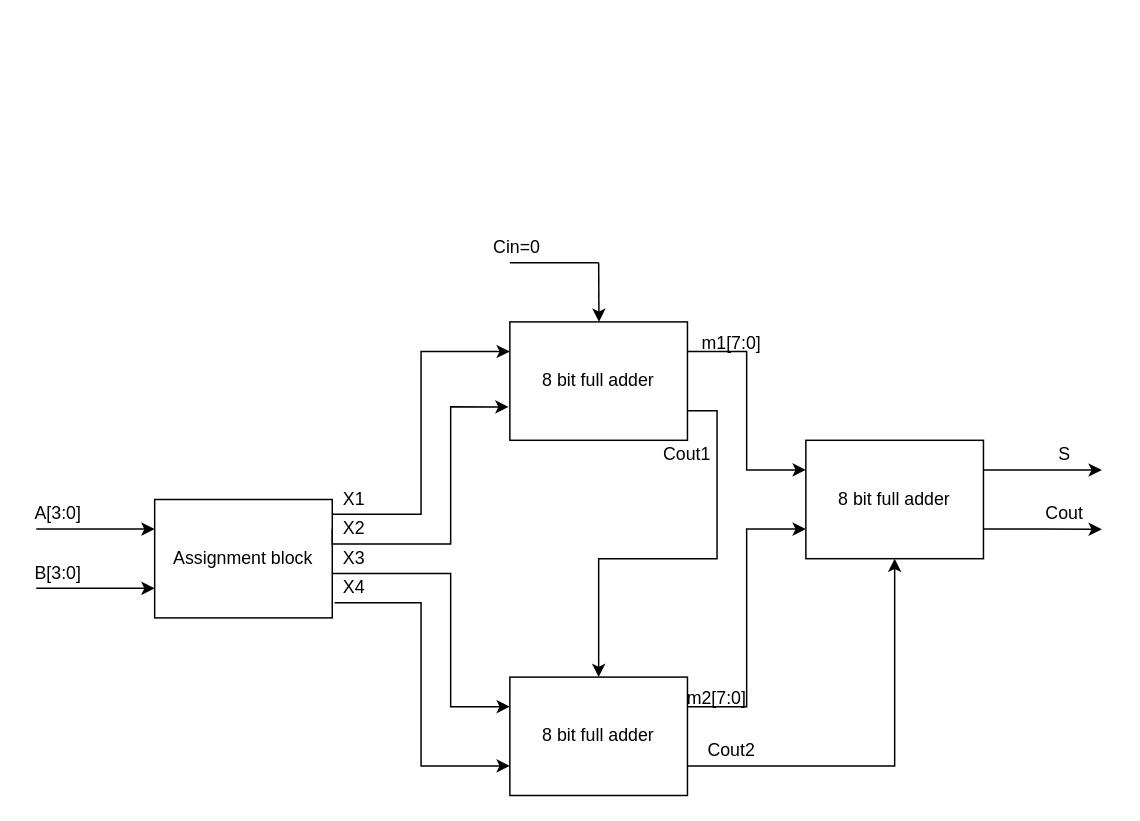
Above: page "4 bit Multipler" (6 of 8) of ALU block.drawio in 106210049/8-bit-ALU-SystemVerilog (draw.io), before the change. Source tidied: cells renumbered, new cells numbered last; positions are measured from the earlier drawing's top-left corner, leaving out a move shared by most shapes. Both pictures are drawn from the tidied source at 148%, with x=0, y=0 at pixel (36, 232).
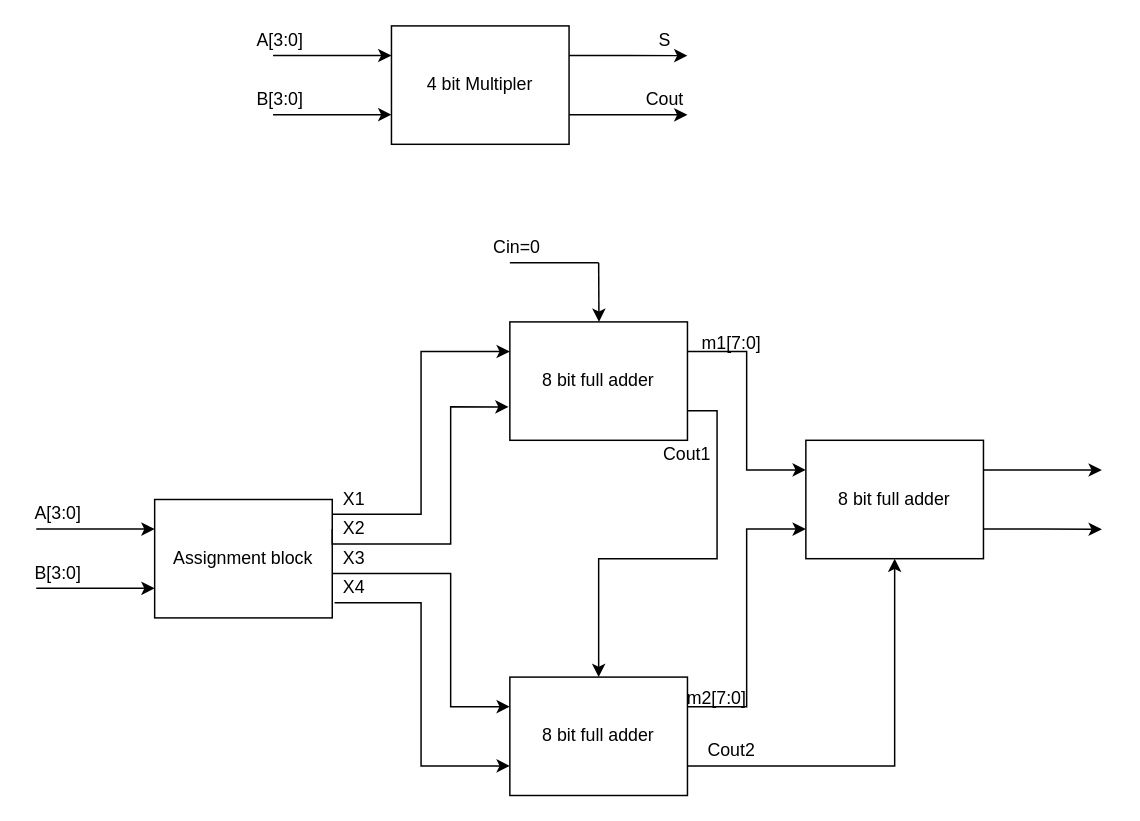
The same page after the edit.

Diff of the diagram source:
```diff
@@
     <mxCell id="27" value="S" style="text;strokeColor=none;align=center;fillColor=none;html=1;verticalAlign=middle;whiteSpace=wrap;rounded=0;" parent="1" vertex="1">
-      <mxGeometry x="680" y="140" width="30" height="20" as="geometry" />
+      <mxGeometry x="410" y="-140" width="30" height="20" as="geometry" />
     </mxCell>
     <mxCell id="28" value="Cout" style="text;strokeColor=none;align=center;fillColor=none;html=1;verticalAlign=middle;whiteSpace=wrap;rounded=0;" parent="1" vertex="1">
-      <mxGeometry x="680" y="180" width="30" height="20" as="geometry" />
+      <mxGeometry x="410" y="-100" width="30" height="20" as="geometry" />
     </mxCell>
@@
+    <mxCell id="33" style="edgeStyle=orthogonalEdgeStyle;rounded=0;jettySize=auto;html=1;exitX=1;exitY=0.25;exitDx=0;exitDy=0;" parent="1" edge="1" source="35">
+      <mxGeometry relative="1" as="geometry">
+        <mxPoint x="440" y="-119.9" as="targetPoint" />
+      </mxGeometry>
+    </mxCell>
+    <mxCell id="34" style="edgeStyle=orthogonalEdgeStyle;rounded=0;jettySize=auto;html=1;exitX=1;exitY=0.75;exitDx=0;exitDy=0;" parent="1" edge="1" source="35">
+      <mxGeometry relative="1" as="geometry">
+        <mxPoint x="440" y="-79.9" as="targetPoint" />
+      </mxGeometry>
+    </mxCell>
+    <mxCell id="35" value="4 bit Multipler" style="rounded=0;whiteSpace=wrap;html=1;" parent="1" vertex="1">
+      <mxGeometry x="240" y="-140" width="120" height="80" as="geometry" />
+    </mxCell>
+    <mxCell id="36" style="endArrow=classic;html=1;rounded=0;" parent="1" edge="1">
+      <mxGeometry relative="1" as="geometry">
+        <mxPoint x="160" y="-120" as="sourcePoint" />
+        <mxPoint x="240" y="-120" as="targetPoint" />
+      </mxGeometry>
+    </mxCell>
+    <mxCell id="37" style="endArrow=classic;html=1;rounded=0;" parent="1" edge="1">
+      <mxGeometry relative="1" as="geometry">
+        <mxPoint x="160" y="-80" as="sourcePoint" />
+        <mxPoint x="240" y="-80" as="targetPoint" />
+      </mxGeometry>
+    </mxCell>
+    <mxCell id="38" value="A[3:0]" style="text;strokeColor=none;align=center;fillColor=none;html=1;verticalAlign=middle;whiteSpace=wrap;rounded=0;" parent="1" vertex="1">
+      <mxGeometry x="150" y="-140" width="30" height="20" as="geometry" />
+    </mxCell>
+    <mxCell id="39" value="B[3:0]" style="text;strokeColor=none;align=center;fillColor=none;html=1;verticalAlign=middle;whiteSpace=wrap;rounded=0;" parent="1" vertex="1">
+      <mxGeometry x="150" y="-100" width="30" height="20" as="geometry" />
+    </mxCell>
```
